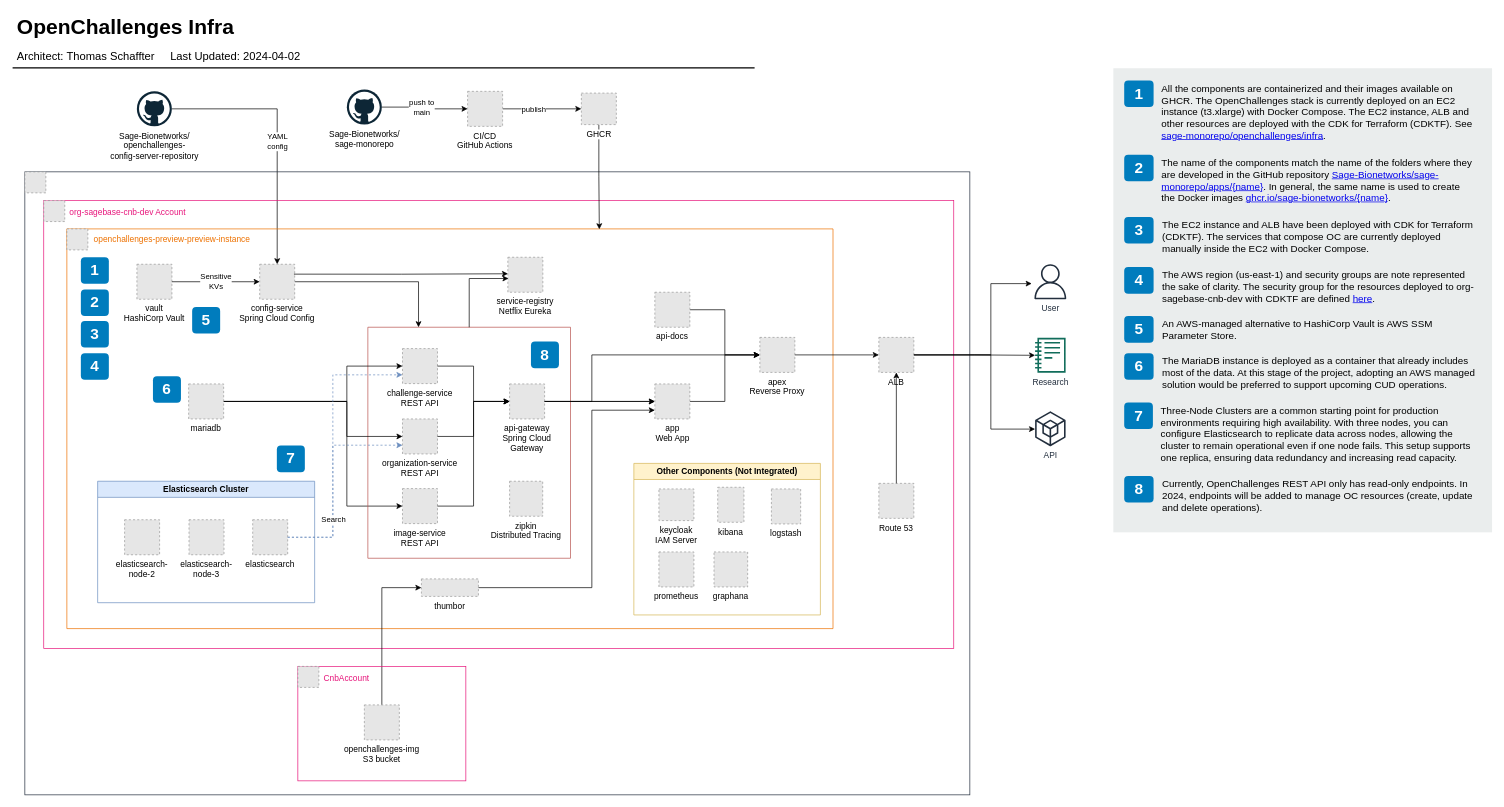
The draw.io diagram diagrams/openchallenges-infra.drawio in Sage-Bionetworks/sage-monorepo, before the edit. Source tidied: cells renumbered, new cells numbered last; positions are measured from the earlier drawing's top-left corner, leaving out a move shared by most shapes. Both pictures are drawn from the tidied source at 70%, with x=0, y=0 at pixel (12, 11). Pictures stored in the file or linked from it are replaced by grey dashed boxes.
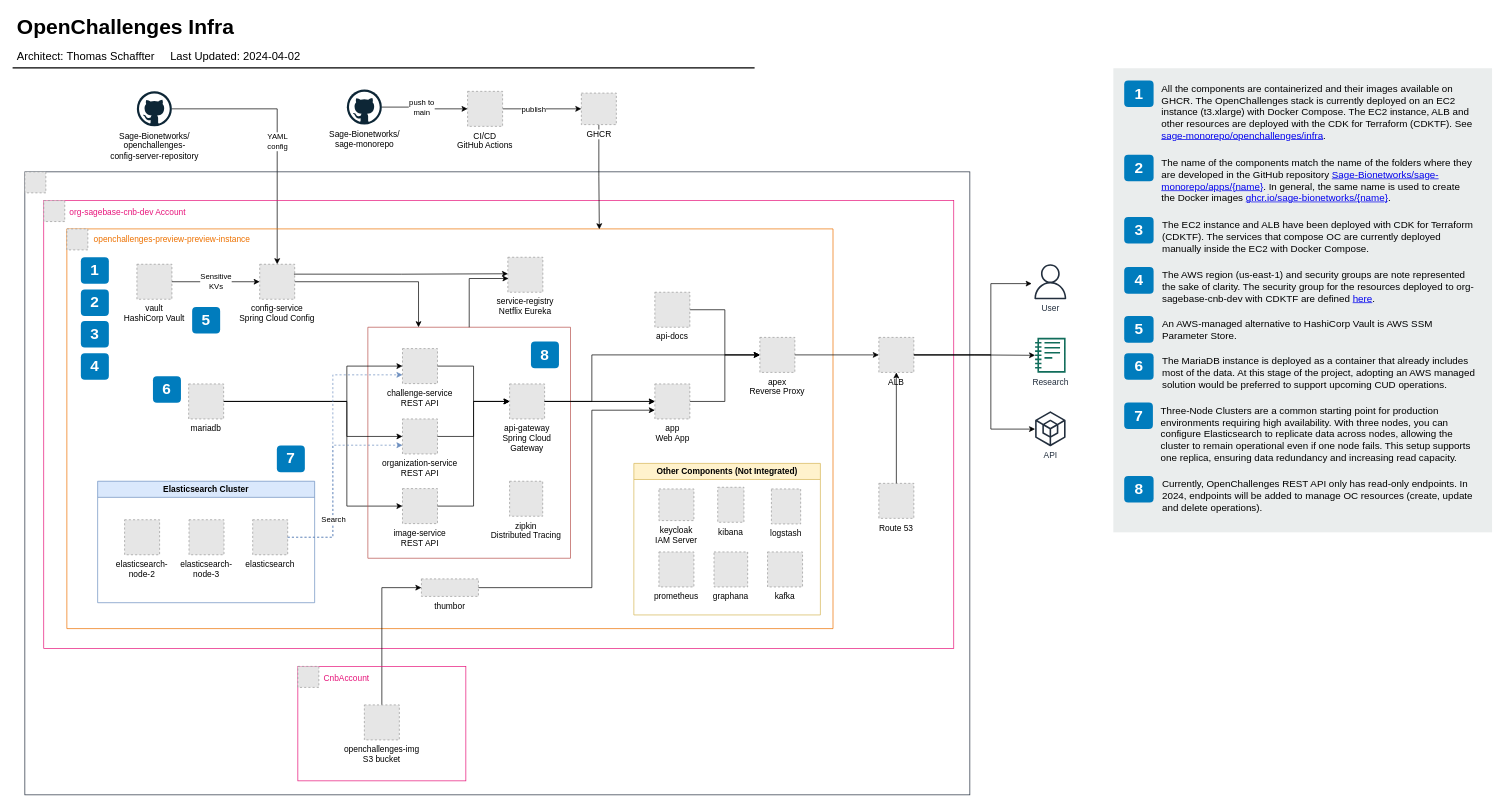
The same diagram, later.

Unchanged cells that the change refers to:
```xml
<mxCell id="15" style="group;" parent="12" vertex="1">
  <mxGeometry x="27" y="41" width="1300" height="639" as="geometry" />
</mxCell>
```

Diff of the diagram source:
```diff
@@
+    <mxCell id="118" value="kafka" style="fillColor=#E6E6E6;strokeColor=#999999;dashed=1;labelPosition=center;verticalLabelPosition=bottom;align=center;verticalAlign=top;" parent="15" vertex="1">
+      <mxGeometry x="1034" y="502" width="50" height="50" as="geometry" />
+    </mxCell>
```
